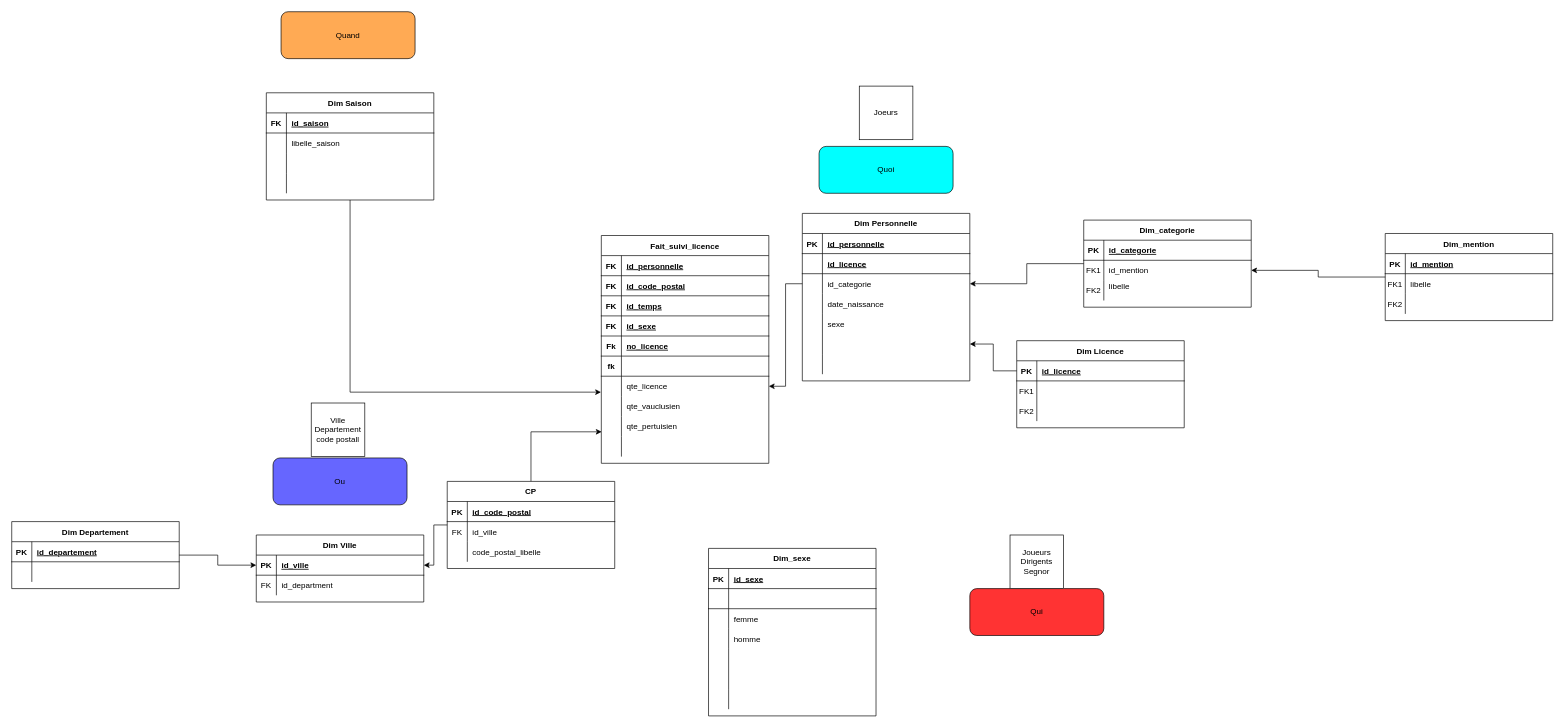
Earlier version of the draw.io diagram diagrams/Copy of Untitled Diagram.drawio (T-lamo/datawarehouse). Source tidied: cells renumbered, new cells numbered last; positions are measured from the earlier drawing's top-left corner, leaving out a move shared by most shapes. Both pictures are drawn from the tidied source at 67%, with x=0, y=0 at pixel (11, 11).
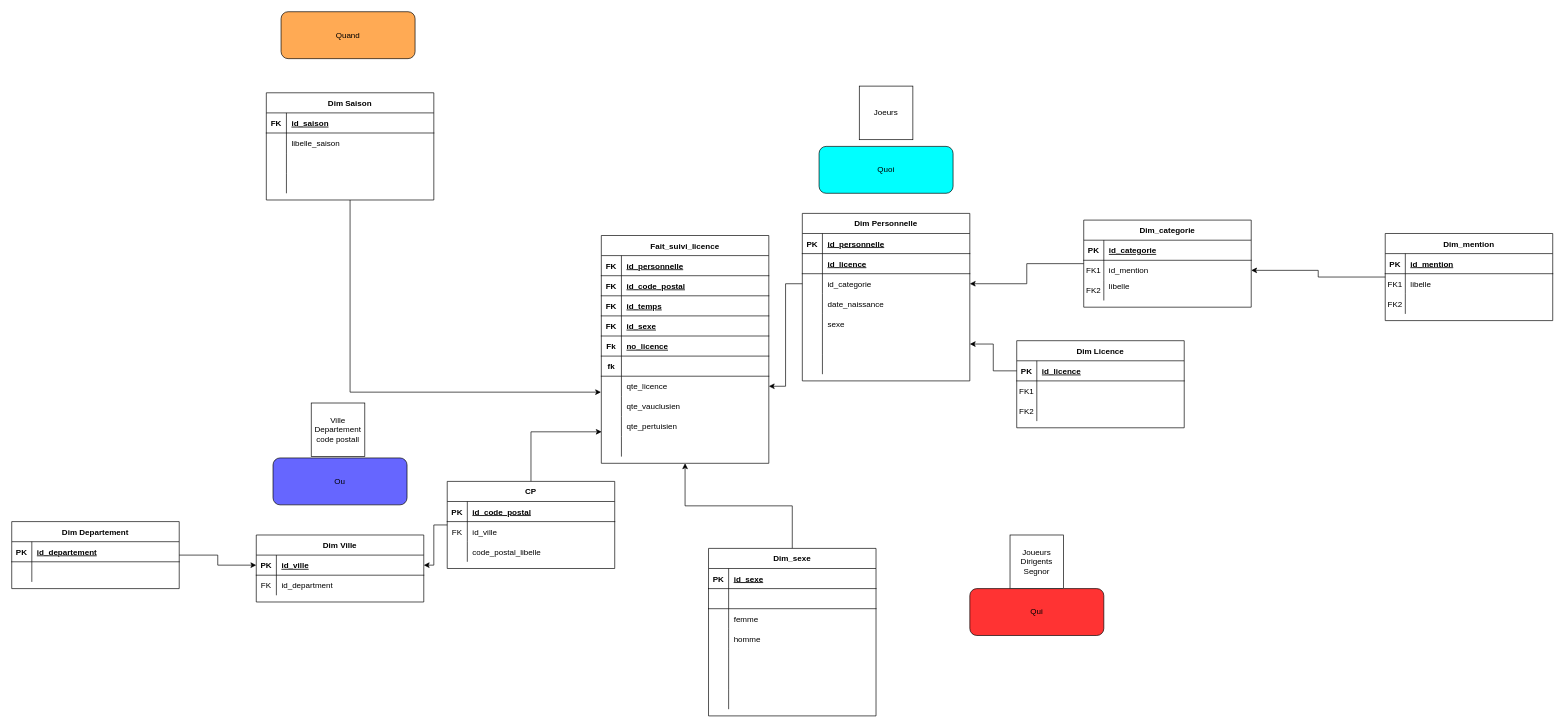
The same page after the edit.

The change refers to these unchanged cells:
```xml
<mxCell id="2" value="Fait_suivi_licence" style="shape=table;startSize=30;childLayout=tableLayout;rowLines=0;fontStyle=1;align=center;" parent="1" vertex="1">
  <mxGeometry x="880" y="334" width="250" height="340" as="geometry" />
</mxCell>
<mxCell id="126" value="Dim_sexe" style="shape=table;startSize=30;childLayout=tableLayout;rowLines=0;fontStyle=1;align=center;" parent="1" vertex="1">
  <mxGeometry x="1040" y="801" width="250" height="250" as="geometry" />
</mxCell>
```

What changed in the source:
```diff
@@
+    <mxCell id="159" style="edgeStyle=orthogonalEdgeStyle;rounded=0;jettySize=auto;html=1;entryX=0.5;entryY=1;entryDx=0;entryDy=0;" parent="1" edge="1" source="126" target="2">
+      <mxGeometry relative="1" as="geometry" />
+    </mxCell>
```
